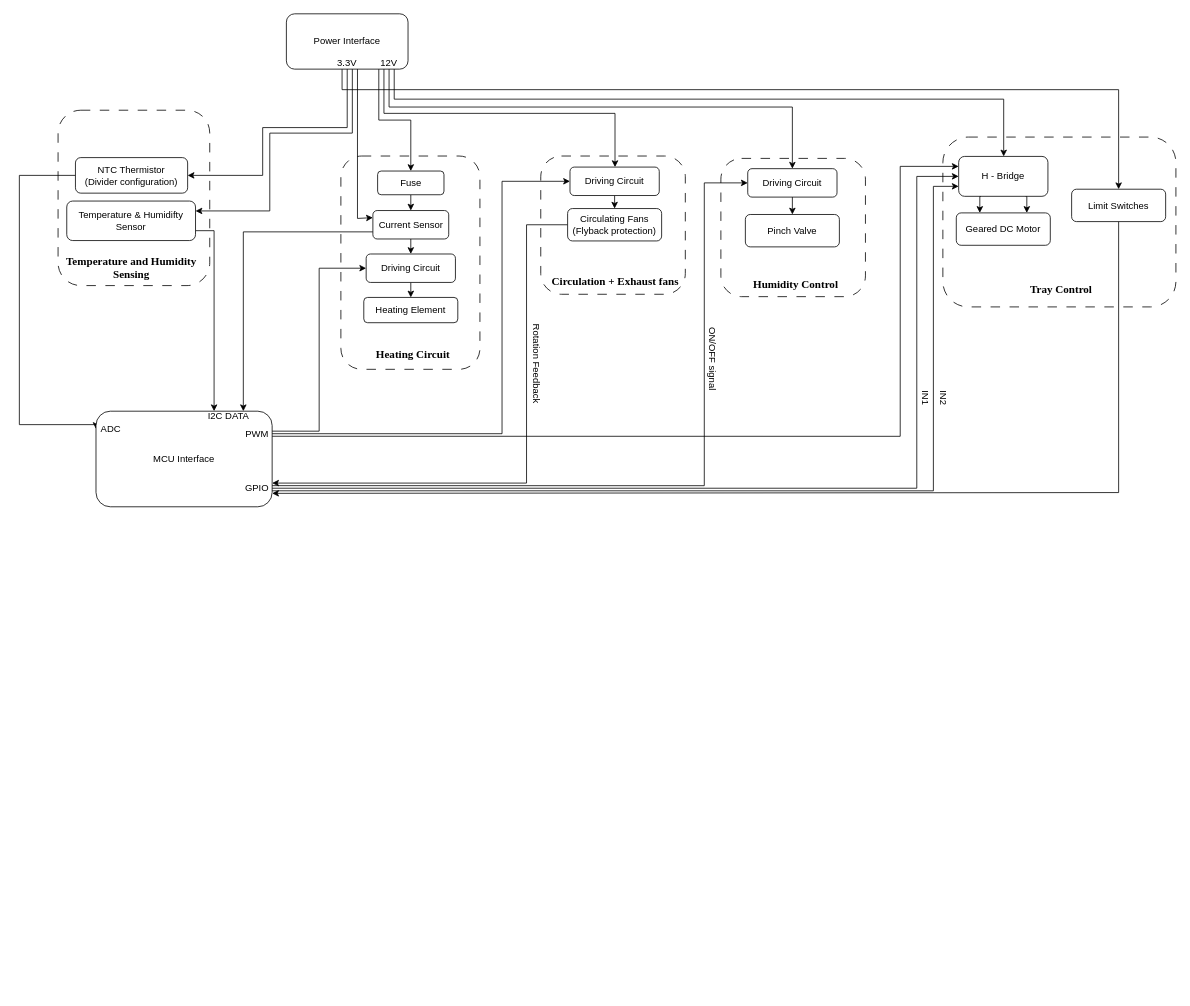
The draw.io diagram docs/Temp & humidity control.drawio in musyani-io/solar-powered-incubator, before the edit. Source tidied: cells renumbered, new cells numbered last; positions are measured from the earlier drawing's top-left corner, leaving out a move shared by most shapes. Both pictures are drawn from the tidied source at 79%, with x=0, y=0 at pixel (19, 13).
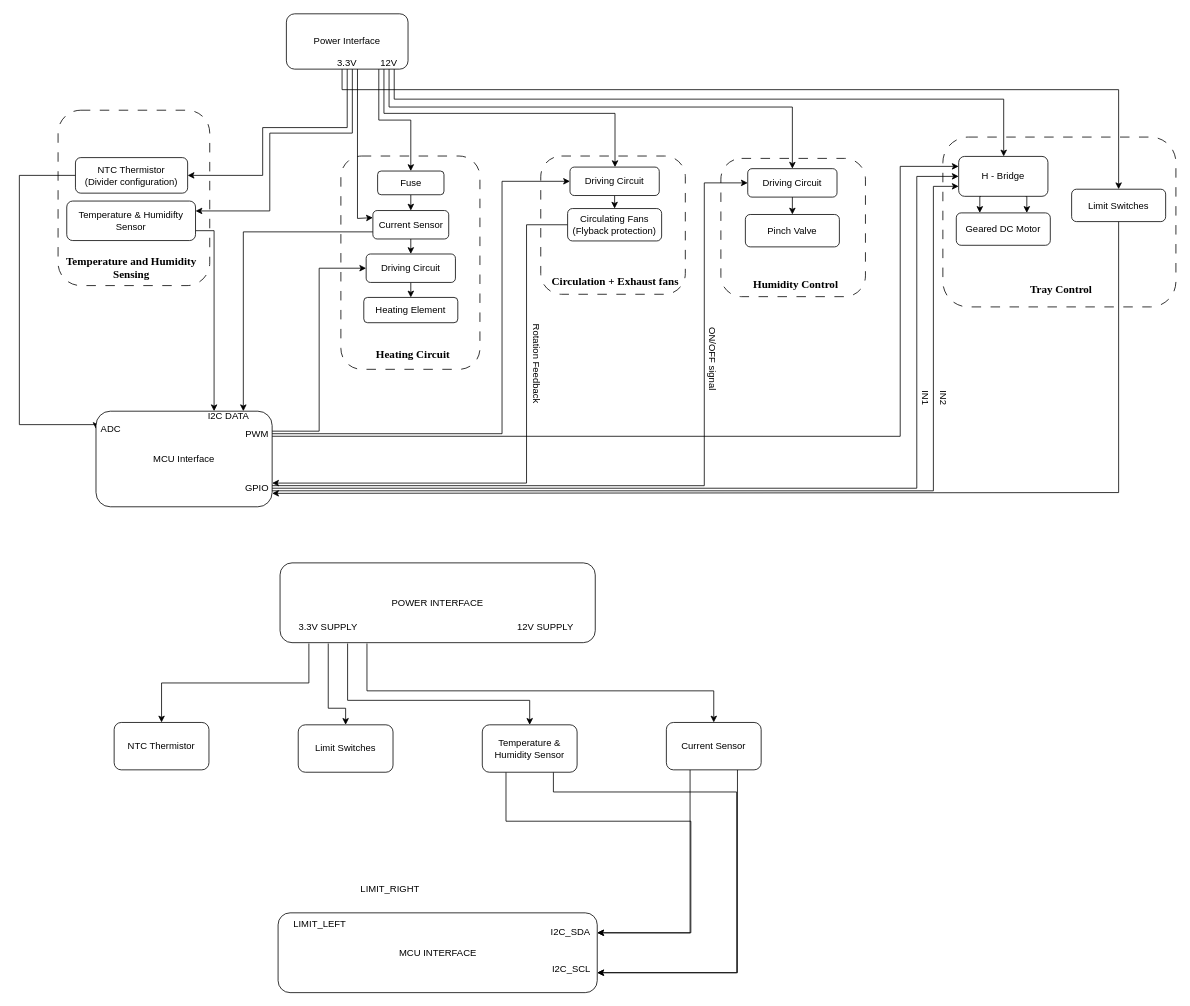
After the change.

Commit message:
docs: block - added signals for temp & humid control, current sensor

The edit, as a diff of the source:
```diff
@@
+    <mxCell id="63" value="POWER INTERFACE" style="rounded=1;whiteSpace=wrap;html=1;" parent="1" vertex="1">
+      <mxGeometry x="330" y="695" width="399" height="101" as="geometry" />
+    </mxCell>
+    <mxCell id="64" style="edgeStyle=orthogonalEdgeStyle;rounded=0;jettySize=auto;html=1;exitX=0.5;exitY=1;exitDx=0;exitDy=0;entryX=0.5;entryY=0;entryDx=0;entryDy=0;" parent="1" edge="1" source="68" target="74">
+      <mxGeometry relative="1" as="geometry">
+        <Array as="points">
+          <mxPoint x="391" y="879" />
+          <mxPoint x="413" y="879" />
+        </Array>
+      </mxGeometry>
+    </mxCell>
+    <mxCell id="65" style="edgeStyle=orthogonalEdgeStyle;rounded=0;jettySize=auto;html=1;exitX=0.75;exitY=1;exitDx=0;exitDy=0;entryX=0.5;entryY=0;entryDx=0;entryDy=0;" parent="1" edge="1" source="68" target="73">
+      <mxGeometry relative="1" as="geometry">
+        <Array as="points">
+          <mxPoint x="415" y="869" />
+          <mxPoint x="646" y="869" />
+        </Array>
+      </mxGeometry>
+    </mxCell>
+    <mxCell id="66" style="edgeStyle=orthogonalEdgeStyle;rounded=0;jettySize=auto;html=1;exitX=1;exitY=1;exitDx=0;exitDy=0;" parent="1" edge="1" source="68" target="77">
+      <mxGeometry relative="1" as="geometry">
+        <Array as="points">
+          <mxPoint x="440" y="857" />
+          <mxPoint x="879" y="857" />
+        </Array>
+      </mxGeometry>
+    </mxCell>
+    <mxCell id="67" style="edgeStyle=orthogonalEdgeStyle;rounded=0;jettySize=auto;html=1;exitX=0.25;exitY=1;exitDx=0;exitDy=0;entryX=0.5;entryY=0;entryDx=0;entryDy=0;" parent="1" edge="1" source="68" target="70">
+      <mxGeometry relative="1" as="geometry" />
+    </mxCell>
+    <mxCell id="68" value="3.3V SUPPLY" style="text;html=1;whiteSpace=wrap;strokeColor=none;fillColor=none;align=center;verticalAlign=middle;rounded=0;" parent="1" vertex="1">
+      <mxGeometry x="342" y="757" width="98" height="40" as="geometry" />
+    </mxCell>
+    <mxCell id="69" value="&lt;div&gt;12V SUPPLY&lt;/div&gt;" style="text;html=1;whiteSpace=wrap;strokeColor=none;fillColor=none;align=center;verticalAlign=middle;rounded=0;" parent="1" vertex="1">
+      <mxGeometry x="617" y="756" width="98" height="40" as="geometry" />
+    </mxCell>
+    <mxCell id="70" value="NTC Thermistor" style="rounded=1;whiteSpace=wrap;html=1;" parent="1" vertex="1">
+      <mxGeometry x="120" y="897" width="120" height="60" as="geometry" />
+    </mxCell>
+    <mxCell id="71" style="edgeStyle=orthogonalEdgeStyle;rounded=0;jettySize=auto;html=1;exitX=0.75;exitY=1;exitDx=0;exitDy=0;entryX=1;entryY=0.75;entryDx=0;entryDy=0;" parent="1" edge="1" source="73" target="78">
+      <mxGeometry relative="1" as="geometry">
+        <Array as="points">
+          <mxPoint x="676" y="985" />
+          <mxPoint x="908" y="985" />
+          <mxPoint x="908" y="1214" />
+        </Array>
+      </mxGeometry>
+    </mxCell>
+    <mxCell id="72" style="edgeStyle=orthogonalEdgeStyle;rounded=0;jettySize=auto;html=1;exitX=0.25;exitY=1;exitDx=0;exitDy=0;entryX=1;entryY=0.25;entryDx=0;entryDy=0;" parent="1" edge="1" source="73" target="78">
+      <mxGeometry relative="1" as="geometry">
+        <Array as="points">
+          <mxPoint x="616" y="1022" />
+          <mxPoint x="850" y="1022" />
+          <mxPoint x="850" y="1163" />
+        </Array>
+      </mxGeometry>
+    </mxCell>
+    <mxCell id="73" value="Temperature &amp;amp; Humidity Sensor" style="rounded=1;whiteSpace=wrap;html=1;" parent="1" vertex="1">
+      <mxGeometry x="586" y="900" width="120" height="60" as="geometry" />
+    </mxCell>
+    <mxCell id="74" value="Limit Switches" style="rounded=1;whiteSpace=wrap;html=1;" parent="1" vertex="1">
+      <mxGeometry x="353" y="900" width="120" height="60" as="geometry" />
+    </mxCell>
+    <mxCell id="75" style="edgeStyle=orthogonalEdgeStyle;rounded=0;jettySize=auto;html=1;exitX=0.25;exitY=1;exitDx=0;exitDy=0;entryX=1;entryY=0.25;entryDx=0;entryDy=0;" parent="1" edge="1" source="77" target="78">
+      <mxGeometry relative="1" as="geometry" />
+    </mxCell>
+    <mxCell id="76" style="edgeStyle=orthogonalEdgeStyle;rounded=0;jettySize=auto;html=1;exitX=0.75;exitY=1;exitDx=0;exitDy=0;entryX=1;entryY=0.75;entryDx=0;entryDy=0;" parent="1" edge="1" source="77" target="78">
+      <mxGeometry relative="1" as="geometry" />
+    </mxCell>
+    <mxCell id="77" value="Current Sensor" style="rounded=1;whiteSpace=wrap;html=1;" parent="1" vertex="1">
+      <mxGeometry x="819" y="897" width="120" height="60" as="geometry" />
+    </mxCell>
+    <mxCell id="78" value="MCU INTERFACE" style="rounded=1;whiteSpace=wrap;html=1;" parent="1" vertex="1">
+      <mxGeometry x="327.5" y="1138" width="404" height="101" as="geometry" />
+    </mxCell>
+    <mxCell id="79" value="I2C_SDA" style="text;html=1;whiteSpace=wrap;strokeColor=none;fillColor=none;align=center;verticalAlign=middle;rounded=0;" parent="1" vertex="1">
+      <mxGeometry x="668" y="1154" width="60" height="18" as="geometry" />
+    </mxCell>
+    <mxCell id="80" value="&lt;div&gt;I2C_SCL&lt;/div&gt;" style="text;html=1;whiteSpace=wrap;strokeColor=none;fillColor=none;align=center;verticalAlign=middle;rounded=0;" parent="1" vertex="1">
+      <mxGeometry x="669" y="1200" width="60" height="18" as="geometry" />
+    </mxCell>
+    <mxCell id="81" value="LIMIT_LEFT" style="text;html=1;whiteSpace=wrap;strokeColor=none;fillColor=none;align=center;verticalAlign=middle;rounded=0;" parent="1" vertex="1">
+      <mxGeometry x="347" y="1144" width="67" height="18" as="geometry" />
+    </mxCell>
+    <mxCell id="82" value="LIMIT_RIGHT" style="text;html=1;whiteSpace=wrap;strokeColor=none;fillColor=none;align=center;verticalAlign=middle;rounded=0;" parent="1" vertex="1">
+      <mxGeometry x="430" y="1099" width="79" height="18" as="geometry" />
+    </mxCell>
```
